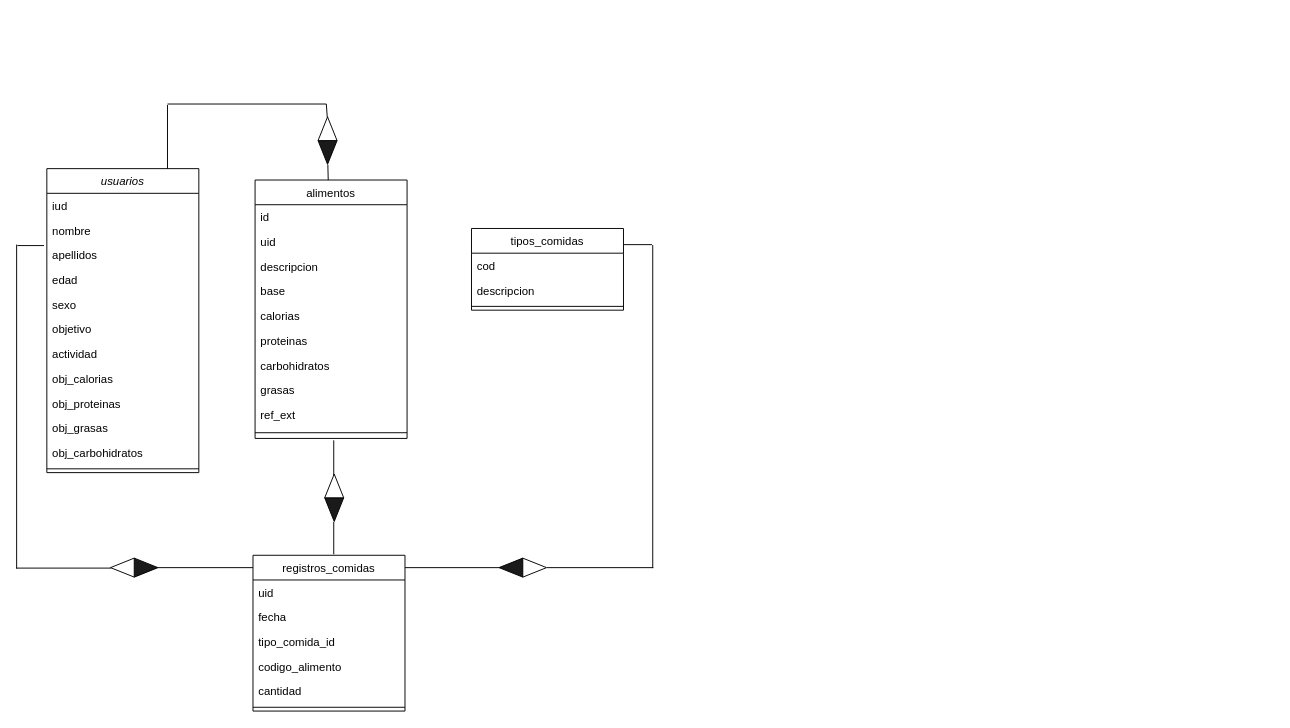
yoadiaval/kcalcontrol keeps this draw.io diagram as docs/Diagrama_entidad_relacion.drawio. Above is the earlier version. Source tidied: cells renumbered, new cells numbered last; positions are measured from the earlier drawing's top-left corner, leaving out a move shared by most shapes. Both pictures are drawn from the tidied source at 95%, with x=0, y=0 at pixel (-99, 104).
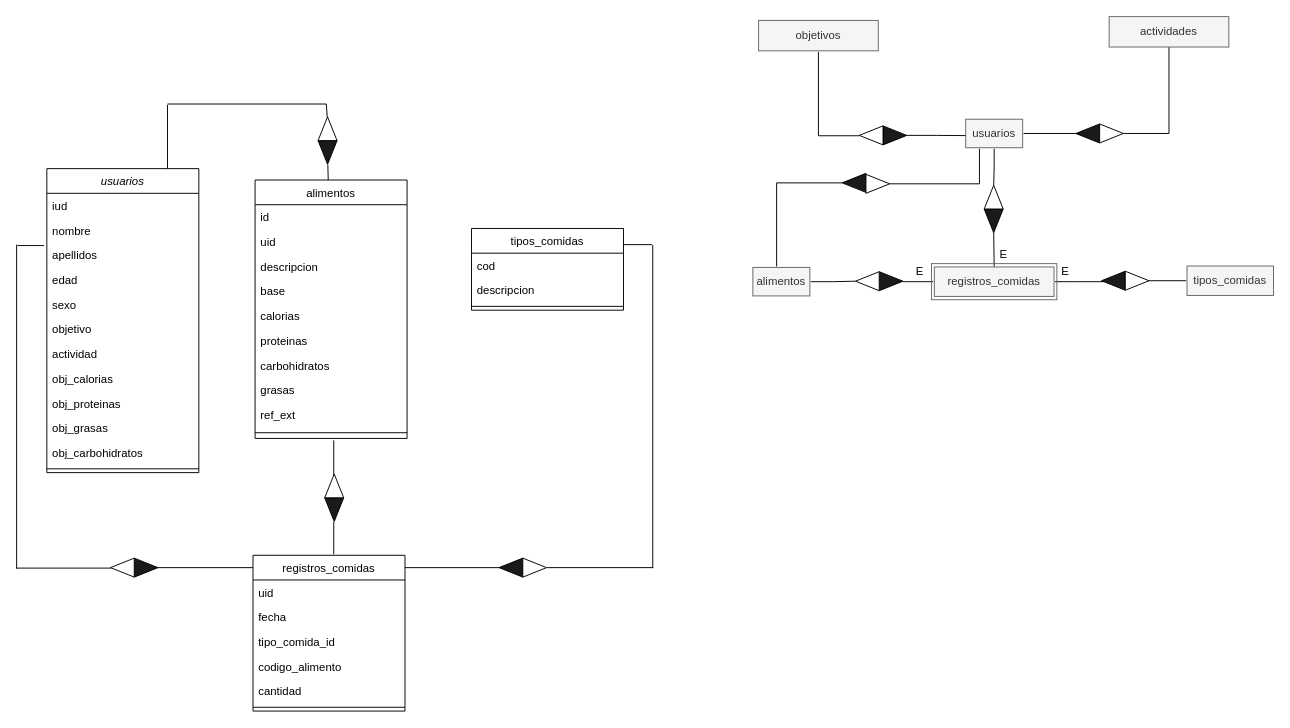
After the change.

Diff of the diagram source:
```diff
@@
+    <mxCell id="61" style="edgeStyle=orthogonalEdgeStyle;rounded=0;jettySize=auto;html=1;exitX=0.25;exitY=1;exitDx=0;exitDy=0;entryX=1;entryY=0.5;entryDx=0;entryDy=0;endArrow=none;endFill=0;" parent="1" edge="1" source="62" target="96">
+      <mxGeometry relative="1" as="geometry">
+        <Array as="points">
+          <mxPoint x="1134" y="84" />
+        </Array>
+      </mxGeometry>
+    </mxCell>
+    <mxCell id="62" value="usuarios" style="text;html=1;align=center;verticalAlign=middle;whiteSpace=wrap;rounded=0;fillColor=#f5f5f5;strokeWidth=1;perimeterSpacing=1;fontColor=#333333;strokeColor=#666666;" parent="1" vertex="1">
+      <mxGeometry x="1120" y="16" width="60" height="30" as="geometry" />
+    </mxCell>
+    <mxCell id="63" style="edgeStyle=orthogonalEdgeStyle;rounded=0;jettySize=auto;html=1;entryX=1;entryY=0.5;entryDx=0;entryDy=0;endArrow=none;endFill=0;" parent="1" edge="1" source="65" target="90">
+      <mxGeometry relative="1" as="geometry" />
+    </mxCell>
+    <mxCell id="64" style="edgeStyle=orthogonalEdgeStyle;rounded=0;jettySize=auto;html=1;entryX=1;entryY=0.5;entryDx=0;entryDy=0;endArrow=none;endFill=0;" parent="1" edge="1" source="65" target="95">
+      <mxGeometry relative="1" as="geometry">
+        <Array as="points">
+          <mxPoint x="921" y="83" />
+        </Array>
+      </mxGeometry>
+    </mxCell>
+    <mxCell id="65" value="alimentos" style="text;html=1;align=center;verticalAlign=middle;whiteSpace=wrap;rounded=0;fillColor=#f5f5f5;strokeWidth=1;perimeterSpacing=1;fontColor=#333333;strokeColor=#666666;" parent="1" vertex="1">
+      <mxGeometry x="896" y="172" width="60" height="30" as="geometry" />
+    </mxCell>
+    <mxCell id="66" style="edgeStyle=orthogonalEdgeStyle;rounded=0;jettySize=auto;html=1;exitX=0;exitY=0.5;exitDx=0;exitDy=0;endArrow=none;endFill=0;" parent="1" edge="1" source="67">
+      <mxGeometry relative="1" as="geometry">
+        <mxPoint x="1311.9" y="186" as="targetPoint" />
+      </mxGeometry>
+    </mxCell>
+    <mxCell id="67" value="tipos_comidas" style="text;html=1;align=center;verticalAlign=middle;whiteSpace=wrap;rounded=0;fillColor=#f5f5f5;strokeWidth=1;perimeterSpacing=1;fontColor=#333333;strokeColor=#666666;" parent="1" vertex="1">
+      <mxGeometry x="1353" y="170.5" width="91" height="31" as="geometry" />
+    </mxCell>
+    <mxCell id="68" style="edgeStyle=orthogonalEdgeStyle;rounded=0;jettySize=auto;html=1;exitX=0;exitY=0.5;exitDx=0;exitDy=0;entryX=1;entryY=0.5;entryDx=0;entryDy=0;endArrow=none;endFill=0;" parent="1" edge="1" source="70" target="89">
+      <mxGeometry relative="1" as="geometry" />
+    </mxCell>
+    <mxCell id="69" style="edgeStyle=orthogonalEdgeStyle;rounded=0;jettySize=auto;html=1;endArrow=none;endFill=0;" parent="1" edge="1" source="70">
+      <mxGeometry relative="1" as="geometry">
+        <mxPoint x="1265.7" y="187" as="targetPoint" />
+      </mxGeometry>
+    </mxCell>
+    <mxCell id="70" value="registros_comidas" style="text;html=1;align=center;verticalAlign=middle;whiteSpace=wrap;rounded=0;fillColor=#f5f5f5;strokeWidth=1;perimeterSpacing=1;fontColor=#333333;strokeColor=#666666;" parent="1" vertex="1">
+      <mxGeometry x="1087" y="171.5" width="126" height="31" as="geometry" />
+    </mxCell>
+    <mxCell id="71" style="edgeStyle=orthogonalEdgeStyle;rounded=0;jettySize=auto;html=1;startFill=1;endFill=0;anchorPointDirection=1;endArrow=none;" parent="1" edge="1" source="72">
+      <mxGeometry relative="1" as="geometry">
+        <mxPoint x="1008.4" y="33.4" as="targetPoint" />
+        <Array as="points">
+          <mxPoint x="965" y="33" />
+          <mxPoint x="1008" y="33" />
+        </Array>
+      </mxGeometry>
+    </mxCell>
+    <mxCell id="72" value="objetivos" style="text;html=1;align=center;verticalAlign=middle;whiteSpace=wrap;rounded=0;fillColor=#f5f5f5;strokeWidth=1;perimeterSpacing=1;fontColor=#333333;strokeColor=#666666;" parent="1" vertex="1">
+      <mxGeometry x="902" y="-88" width="126" height="32" as="geometry" />
+    </mxCell>
+    <mxCell id="73" style="edgeStyle=orthogonalEdgeStyle;rounded=0;orthogonalLoop=1;jettySize=auto;html=1;endArrow=none;endFill=0;" parent="1" edge="1">
+      <mxGeometry relative="1" as="geometry">
+        <mxPoint x="1334" y="-60" as="sourcePoint" />
+        <mxPoint x="1286" y="31" as="targetPoint" />
+        <Array as="points">
+          <mxPoint x="1334" y="31" />
+        </Array>
+      </mxGeometry>
+    </mxCell>
+    <mxCell id="74" value="actividades" style="text;html=1;align=center;verticalAlign=middle;whiteSpace=wrap;rounded=0;fillColor=#f5f5f5;strokeWidth=1;perimeterSpacing=1;fontColor=#333333;strokeColor=#666666;" parent="1" vertex="1">
+      <mxGeometry x="1271" y="-92" width="126" height="32" as="geometry" />
+    </mxCell>
+    <mxCell id="75" style="group;rotation=-180;" parent="1" vertex="1">
+      <mxGeometry x="1236" y="21" width="50" height="20" as="geometry" />
+    </mxCell>
+    <mxCell id="76" style="triangle;whiteSpace=wrap;html=1;fillColor=#1A1A1A;rotation=-180;" parent="75" vertex="1">
+      <mxGeometry width="25" height="20" as="geometry" />
+    </mxCell>
+    <mxCell id="77" style="triangle;whiteSpace=wrap;html=1;rotation=-360;" parent="75" vertex="1">
+      <mxGeometry x="25" width="25" height="20" as="geometry" />
+    </mxCell>
+    <mxCell id="78" style="group;" parent="1" vertex="1">
+      <mxGeometry x="1008" y="25" width="50" height="20" as="geometry" />
+    </mxCell>
+    <mxCell id="79" style="triangle;whiteSpace=wrap;html=1;fillColor=#1A1A1A;" parent="78" vertex="1">
+      <mxGeometry x="25" y="-2" width="25" height="20" as="geometry" />
+    </mxCell>
+    <mxCell id="80" style="triangle;whiteSpace=wrap;html=1;rotation=-180;" parent="78" vertex="1">
+      <mxGeometry y="-2" width="25" height="20" as="geometry" />
+    </mxCell>
+    <mxCell id="81" style="edgeStyle=orthogonalEdgeStyle;rounded=0;jettySize=auto;html=1;entryX=0.829;entryY=0.5;entryDx=0;entryDy=0;entryPerimeter=0;endArrow=none;endFill=0;" parent="1" edge="1" source="62" target="76">
+      <mxGeometry relative="1" as="geometry" />
+    </mxCell>
+    <mxCell id="82" style="edgeStyle=orthogonalEdgeStyle;rounded=0;jettySize=auto;html=1;exitX=1;exitY=0.5;exitDx=0;exitDy=0;entryX=0.014;entryY=0.57;entryDx=0;entryDy=0;entryPerimeter=0;endArrow=none;endFill=0;" parent="1" edge="1" source="79" target="62">
+      <mxGeometry relative="1" as="geometry" />
+    </mxCell>
+    <mxCell id="83" style="group;rotation=90;" parent="1" vertex="1">
+      <mxGeometry x="1124" y="100" width="50" height="20" as="geometry" />
+    </mxCell>
+    <mxCell id="84" style="triangle;whiteSpace=wrap;html=1;fillColor=#1A1A1A;rotation=90;" parent="83" vertex="1">
+      <mxGeometry x="13" y="13" width="25" height="20" as="geometry" />
+    </mxCell>
+    <mxCell id="85" style="triangle;whiteSpace=wrap;html=1;rotation=-90;" parent="83" vertex="1">
+      <mxGeometry x="13" y="-12" width="25" height="20" as="geometry" />
+    </mxCell>
+    <mxCell id="86" style="edgeStyle=orthogonalEdgeStyle;rounded=0;jettySize=auto;html=1;entryX=1;entryY=0.5;entryDx=0;entryDy=0;endArrow=none;endFill=0;" parent="1" edge="1" source="62" target="85">
+      <mxGeometry relative="1" as="geometry" />
+    </mxCell>
+    <mxCell id="87" style="edgeStyle=orthogonalEdgeStyle;rounded=0;jettySize=auto;html=1;exitX=1;exitY=0.5;exitDx=0;exitDy=0;endArrow=none;endFill=0;" parent="1" edge="1" source="84">
+      <mxGeometry relative="1" as="geometry">
+        <mxPoint x="1150" y="171" as="targetPoint" />
+      </mxGeometry>
+    </mxCell>
+    <mxCell id="88" style="group;" parent="1" vertex="1">
+      <mxGeometry x="1004" y="181.5" width="50" height="20" as="geometry" />
+    </mxCell>
+    <mxCell id="89" style="triangle;whiteSpace=wrap;html=1;fillColor=#1A1A1A;" parent="88" vertex="1">
+      <mxGeometry x="25" y="-5" width="25" height="20" as="geometry" />
+    </mxCell>
+    <mxCell id="90" style="triangle;whiteSpace=wrap;html=1;rotation=-180;" parent="88" vertex="1">
+      <mxGeometry y="-5" width="25" height="20" as="geometry" />
+    </mxCell>
+    <mxCell id="91" style="group;rotation=-180;" parent="1" vertex="1">
+      <mxGeometry x="1263" y="176" width="50" height="20" as="geometry" />
+    </mxCell>
+    <mxCell id="92" style="triangle;whiteSpace=wrap;html=1;fillColor=#1A1A1A;rotation=-180;" parent="91" vertex="1">
+      <mxGeometry width="25" height="20" as="geometry" />
+    </mxCell>
+    <mxCell id="93" style="triangle;whiteSpace=wrap;html=1;rotation=-360;" parent="91" vertex="1">
+      <mxGeometry x="25" width="25" height="20" as="geometry" />
+    </mxCell>
+    <mxCell id="94" style="group;rotation=-180;" parent="1" vertex="1">
+      <mxGeometry x="990" y="74" width="50" height="20" as="geometry" />
+    </mxCell>
+    <mxCell id="95" style="triangle;whiteSpace=wrap;html=1;fillColor=#1A1A1A;rotation=-180;" parent="94" vertex="1">
+      <mxGeometry y="-1" width="25" height="20" as="geometry" />
+    </mxCell>
+    <mxCell id="96" style="triangle;whiteSpace=wrap;html=1;rotation=-360;" parent="94" vertex="1">
+      <mxGeometry x="25" width="25" height="20" as="geometry" />
+    </mxCell>
+    <mxCell id="97" value="E" style="text;html=1;align=center;verticalAlign=middle;whiteSpace=wrap;rounded=0;" parent="1" vertex="1">
+      <mxGeometry x="1042" y="161" width="60" height="30" as="geometry" />
+    </mxCell>
+    <mxCell id="98" style="rounded=0;whiteSpace=wrap;html=1;fillColor=none;fontColor=#333333;strokeColor=#666666;" parent="1" vertex="1">
+      <mxGeometry x="1084" y="168" width="132" height="38" as="geometry" />
+    </mxCell>
+    <mxCell id="99" value="E" style="text;html=1;align=center;verticalAlign=middle;whiteSpace=wrap;rounded=0;" parent="1" vertex="1">
+      <mxGeometry x="1130" y="144" width="60" height="30" as="geometry" />
+    </mxCell>
+    <mxCell id="100" value="E" style="text;html=1;align=center;verticalAlign=middle;whiteSpace=wrap;rounded=0;" parent="1" vertex="1">
+      <mxGeometry x="1195" y="161" width="60" height="30" as="geometry" />
+    </mxCell>
```
